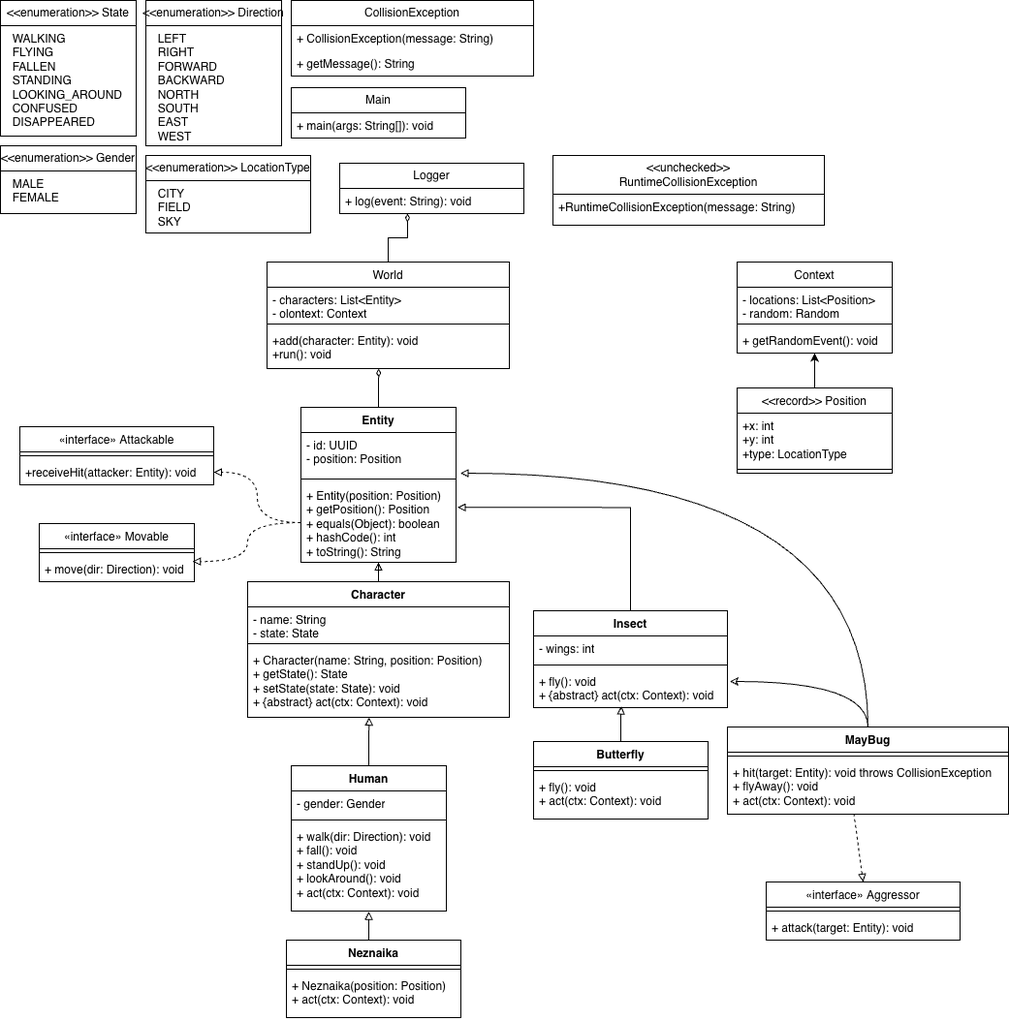
This is Programming/Semester-1/Labs/Lab3/docs/diagrams/UML.png from mohamedellithyyyy/ITMO-Hub, a draw.io export, as it was before one commit. Source tidied: cells renumbered, new cells last; positions are measured from the earlier drawing's top-left corner, leaving out a move shared by most shapes.
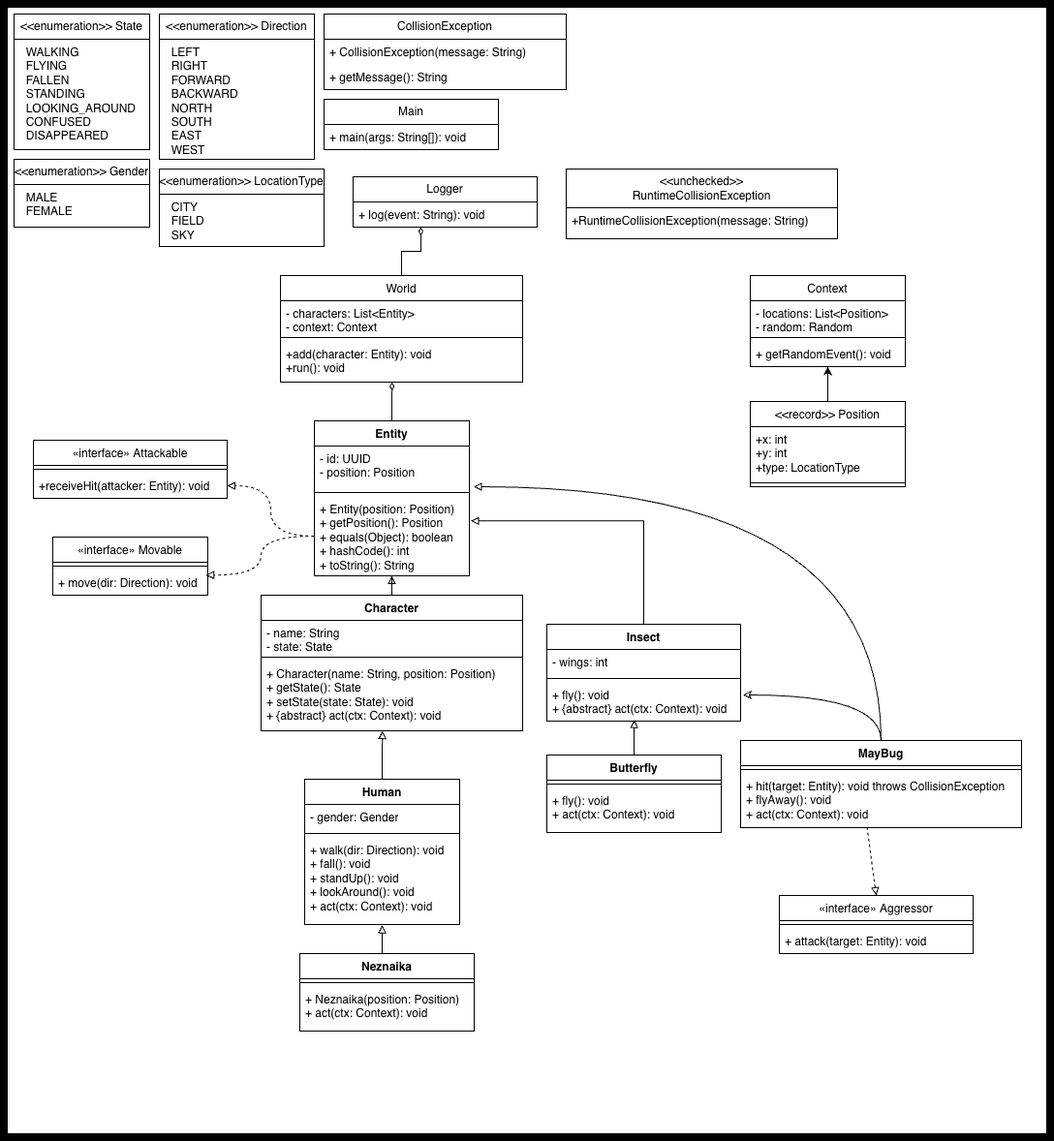
Above is the later version.

Diff of the diagram source:
```diff
@@ -15,10 +15,10 @@
       <mxGeometry y="26" width="140" height="44" as="geometry" />
     </mxCell>
     <mxCell id="6" value="&lt;span style=&quot;text-align: start; background-color: transparent; color: light-dark(rgb(0, 0, 0), rgb(255, 255, 255));&quot;&gt;&amp;lt;&amp;lt;enumeration&amp;gt;&amp;gt;&amp;nbsp;&lt;/span&gt;Direction" style="swimlane;fontStyle=0;horizontal=1;startSize=26;fillColor=none;whiteSpace=wrap;html=1;" parent="1" vertex="1">
-      <mxGeometry x="150" width="140" height="150" as="geometry" />
+      <mxGeometry x="150" width="160" height="150" as="geometry" />
     </mxCell>
     <mxCell id="7" value="&lt;div&gt;&amp;nbsp; LEFT&lt;/div&gt;&lt;div&gt;&amp;nbsp; RIGHT&lt;/div&gt;&lt;div&gt;&amp;nbsp; FORWARD&lt;/div&gt;&lt;div&gt;&amp;nbsp; BACKWARD&lt;/div&gt;&lt;div&gt;&amp;nbsp; NORTH&lt;/div&gt;&lt;div&gt;&amp;nbsp; SOUTH&lt;/div&gt;&lt;div&gt;&amp;nbsp; EAST&lt;/div&gt;&lt;div&gt;&amp;nbsp; WEST&lt;/div&gt;" style="text;strokeColor=none;fillColor=none;align=left;verticalAlign=top;spacingLeft=4;spacingRight=4;overflow=hidden;whiteSpace=wrap;html=1;" parent="6" vertex="1">
-      <mxGeometry y="26" width="140" height="124" as="geometry" />
+      <mxGeometry y="26" width="160" height="124" as="geometry" />
     </mxCell>
     <mxCell id="8" value="&lt;span style=&quot;text-align: start; background-color: transparent; color: light-dark(rgb(0, 0, 0), rgb(255, 255, 255));&quot;&gt;&amp;lt;&amp;lt;enumeration&amp;gt;&amp;gt;&amp;nbsp;&lt;/span&gt;LocationType" style="swimlane;fontStyle=0;horizontal=1;startSize=26;fillColor=none;whiteSpace=wrap;html=1;" parent="1" vertex="1">
       <mxGeometry x="150" y="160" width="170" height="80" as="geometry" />
@@ -27,13 +27,13 @@
       <mxGeometry y="26" width="170" height="54" as="geometry" />
     </mxCell>
     <mxCell id="10" value="Main" style="swimlane;fontStyle=0;horizontal=1;startSize=26;fillColor=none;whiteSpace=wrap;html=1;" parent="1" vertex="1">
-      <mxGeometry x="300" y="90" width="180" height="52" as="geometry" />
+      <mxGeometry x="320" y="88" width="180" height="52" as="geometry" />
     </mxCell>
     <mxCell id="11" value="+ main(args: String[]): void" style="text;strokeColor=none;fillColor=none;align=left;verticalAlign=top;spacingLeft=4;spacingRight=4;overflow=hidden;whiteSpace=wrap;html=1;" parent="10" vertex="1">
       <mxGeometry y="26" width="180" height="26" as="geometry" />
     </mxCell>
     <mxCell id="12" value="CollisionException" style="swimlane;fontStyle=0;horizontal=1;startSize=26;fillColor=none;whiteSpace=wrap;html=1;" parent="1" vertex="1">
-      <mxGeometry x="300" width="250" height="78" as="geometry" />
+      <mxGeometry x="320" width="250" height="78" as="geometry" />
     </mxCell>
     <mxCell id="13" value="+ CollisionException(message: String)" style="text;strokeColor=none;fillColor=none;align=left;verticalAlign=top;spacingLeft=4;spacingRight=4;overflow=hidden;whiteSpace=wrap;html=1;" parent="12" vertex="1">
       <mxGeometry y="26" width="250" height="26" as="geometry" />
@@ -56,7 +56,7 @@
     <mxCell id="19" value="&lt;span style=&quot;font-weight: 400;&quot;&gt;World&lt;/span&gt;" style="swimlane;fontStyle=1;align=center;verticalAlign=top;horizontal=1;startSize=26;whiteSpace=wrap;html=1;" parent="1" vertex="1">
       <mxGeometry x="275" y="270" width="250" height="110" as="geometry" />
     </mxCell>
-    <mxCell id="20" value="&lt;div&gt;- characters: List&amp;lt;Entity&amp;gt;&lt;/div&gt;&lt;div&gt;- olontext: Context&lt;/div&gt;" style="text;strokeColor=none;fillColor=none;align=left;verticalAlign=top;spacingLeft=4;spacingRight=4;overflow=hidden;whiteSpace=wrap;html=1;" parent="19" vertex="1">
+    <mxCell id="20" value="&lt;div&gt;- characters: List&amp;lt;Entity&amp;gt;&lt;/div&gt;&lt;div&gt;- context: Context&lt;/div&gt;" style="text;strokeColor=none;fillColor=none;align=left;verticalAlign=top;spacingLeft=4;spacingRight=4;overflow=hidden;whiteSpace=wrap;html=1;" parent="19" vertex="1">
       <mxGeometry y="26" width="250" height="34" as="geometry" />
     </mxCell>
     <mxCell id="21" style="line;strokeWidth=1;fillColor=none;align=left;verticalAlign=middle;spacingTop=-1;spacingLeft=3;spacingRight=3;labelPosition=right;strokeColor=inherit;" parent="19" vertex="1">
@@ -236,5 +236,8 @@
     <mxCell id="76" style="edgeStyle=orthogonalEdgeStyle;rounded=0;jettySize=auto;html=1;entryX=0.368;entryY=1;entryDx=0;entryDy=0;entryPerimeter=0;endArrow=diamondThin;endFill=0;" parent="1" edge="1" source="19" target="18">
       <mxGeometry relative="1" as="geometry" />
     </mxCell>
+    <mxCell id="77" style="rounded=0;whiteSpace=wrap;html=1;fillStyle=dashed;strokeWidth=8;strokeColor=#000000;fillColor=none;" parent="1" vertex="1">
+      <mxGeometry x="-10" y="-10" width="1080" height="1170" as="geometry" />
+    </mxCell>
   </root>
 </mxGraphModel>
```
